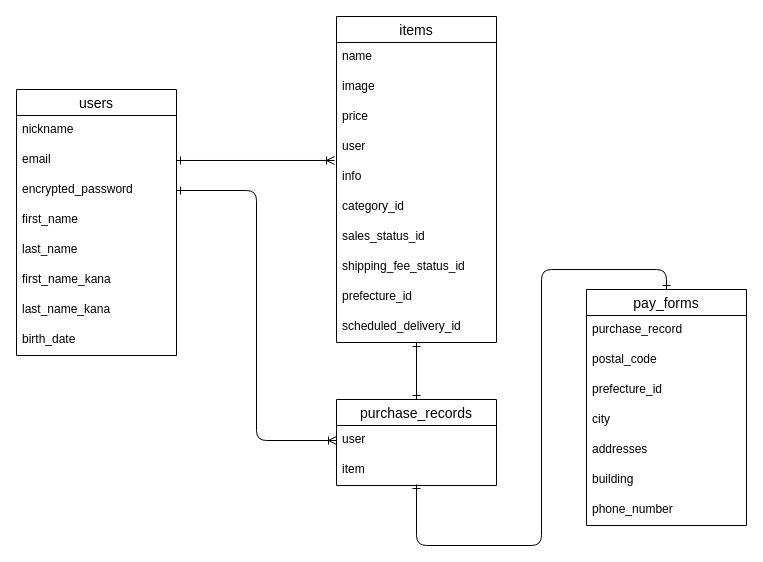
okanumayuta/furima-36774 keeps this draw.io diagram as test.dio. Above is the earlier version. Source tidied: cells renumbered, new cells numbered last; positions are measured from the earlier drawing's top-left corner, leaving out a move shared by most shapes. Both pictures are drawn from the tidied source at 100%, with x=0, y=0 at pixel (16, 16).
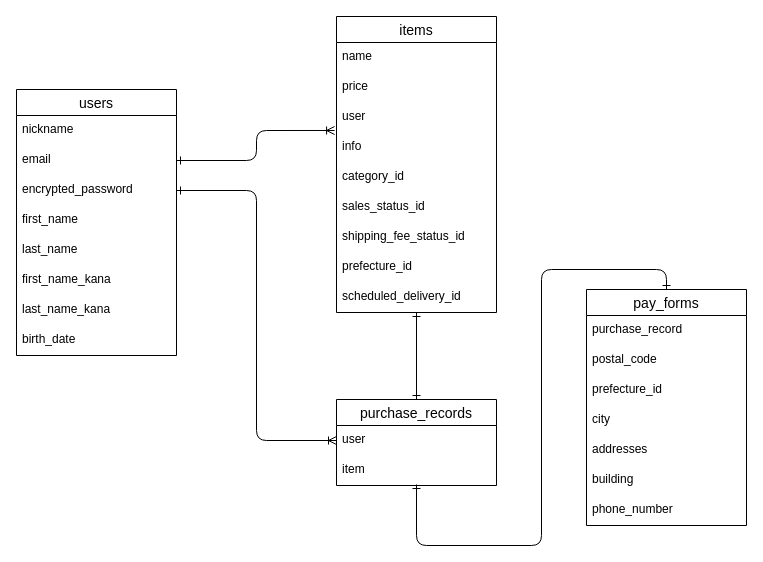
The same page after the edit.

The edit, as a diff of the source:
```diff
@@
     <mxCell id="12" value="items" style="swimlane;fontStyle=0;horizontal=1;startSize=26;align=center;fontSize=14;rounded=0;sketch=0;" parent="1" vertex="1">
-      <mxGeometry x="320" width="160" height="326" as="geometry" />
+      <mxGeometry x="320" width="160" height="296" as="geometry" />
     </mxCell>
@@
-    <mxCell id="14" value="image" style="text;strokeColor=none;fillColor=none;spacingLeft=4;spacingRight=4;overflow=hidden;fontSize=12;" parent="12" vertex="1">
-      <mxGeometry y="56" width="160" height="30" as="geometry" />
-    </mxCell>
     <mxCell id="15" value="price" style="text;strokeColor=none;fillColor=none;spacingLeft=4;spacingRight=4;overflow=hidden;fontSize=12;" parent="12" vertex="1">
-      <mxGeometry y="86" width="160" height="30" as="geometry" />
+      <mxGeometry y="56" width="160" height="30" as="geometry" />
     </mxCell>
     <mxCell id="16" value="user" style="text;strokeColor=none;fillColor=none;spacingLeft=4;spacingRight=4;overflow=hidden;points=[[0,0.5],[1,0.5]];portConstraint=eastwest;fontSize=12;" parent="12" vertex="1">
-      <mxGeometry y="116" width="160" height="30" as="geometry" />
+      <mxGeometry y="86" width="160" height="30" as="geometry" />
     </mxCell>
     <mxCell id="17" value="info" style="text;strokeColor=none;fillColor=none;spacingLeft=4;spacingRight=4;overflow=hidden;fontSize=12;" parent="12" vertex="1">
-      <mxGeometry y="146" width="160" height="30" as="geometry" />
+      <mxGeometry y="116" width="160" height="30" as="geometry" />
     </mxCell>
     <mxCell id="18" value="category_id" style="text;strokeColor=none;fillColor=none;spacingLeft=4;spacingRight=4;overflow=hidden;fontSize=12;" parent="12" vertex="1">
-      <mxGeometry y="176" width="160" height="30" as="geometry" />
+      <mxGeometry y="146" width="160" height="30" as="geometry" />
     </mxCell>
     <mxCell id="19" value="sales_status_id" style="text;strokeColor=none;fillColor=none;spacingLeft=4;spacingRight=4;overflow=hidden;fontSize=12;" parent="12" vertex="1">
-      <mxGeometry y="206" width="160" height="30" as="geometry" />
+      <mxGeometry y="176" width="160" height="30" as="geometry" />
     </mxCell>
     <mxCell id="20" value="shipping_fee_status_id" style="text;strokeColor=none;fillColor=none;spacingLeft=4;spacingRight=4;overflow=hidden;fontSize=12;" parent="12" vertex="1">
-      <mxGeometry y="236" width="160" height="30" as="geometry" />
+      <mxGeometry y="206" width="160" height="30" as="geometry" />
     </mxCell>
     <mxCell id="21" value="prefecture_id" style="text;strokeColor=none;fillColor=none;spacingLeft=4;spacingRight=4;overflow=hidden;fontSize=12;" parent="12" vertex="1">
-      <mxGeometry y="266" width="160" height="30" as="geometry" />
+      <mxGeometry y="236" width="160" height="30" as="geometry" />
     </mxCell>
     <mxCell id="22" value="scheduled_delivery_id" style="text;strokeColor=none;fillColor=none;spacingLeft=4;spacingRight=4;overflow=hidden;fontSize=12;" parent="12" vertex="1">
-      <mxGeometry y="296" width="160" height="30" as="geometry" />
+      <mxGeometry y="266" width="160" height="30" as="geometry" />
     </mxCell>
```
